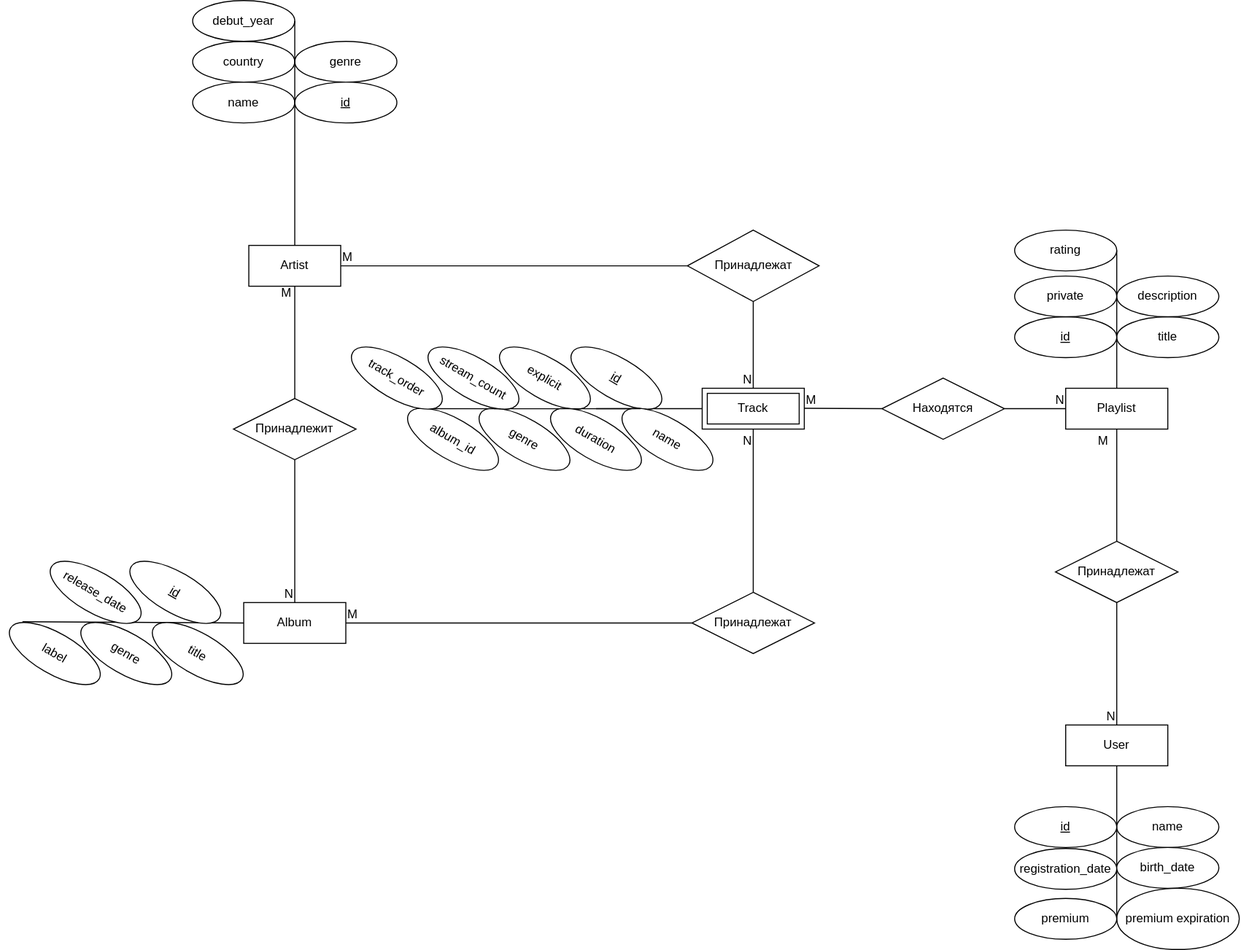
hahaclassic/bmstu-db keeps this draw.io diagram as 01_init/diagram/er-diagram.drawio.svg. Above is the earlier version. Source tidied: cells renumbered, new cells last; positions are measured from the earlier drawing's top-left corner, leaving out a move shared by most shapes.
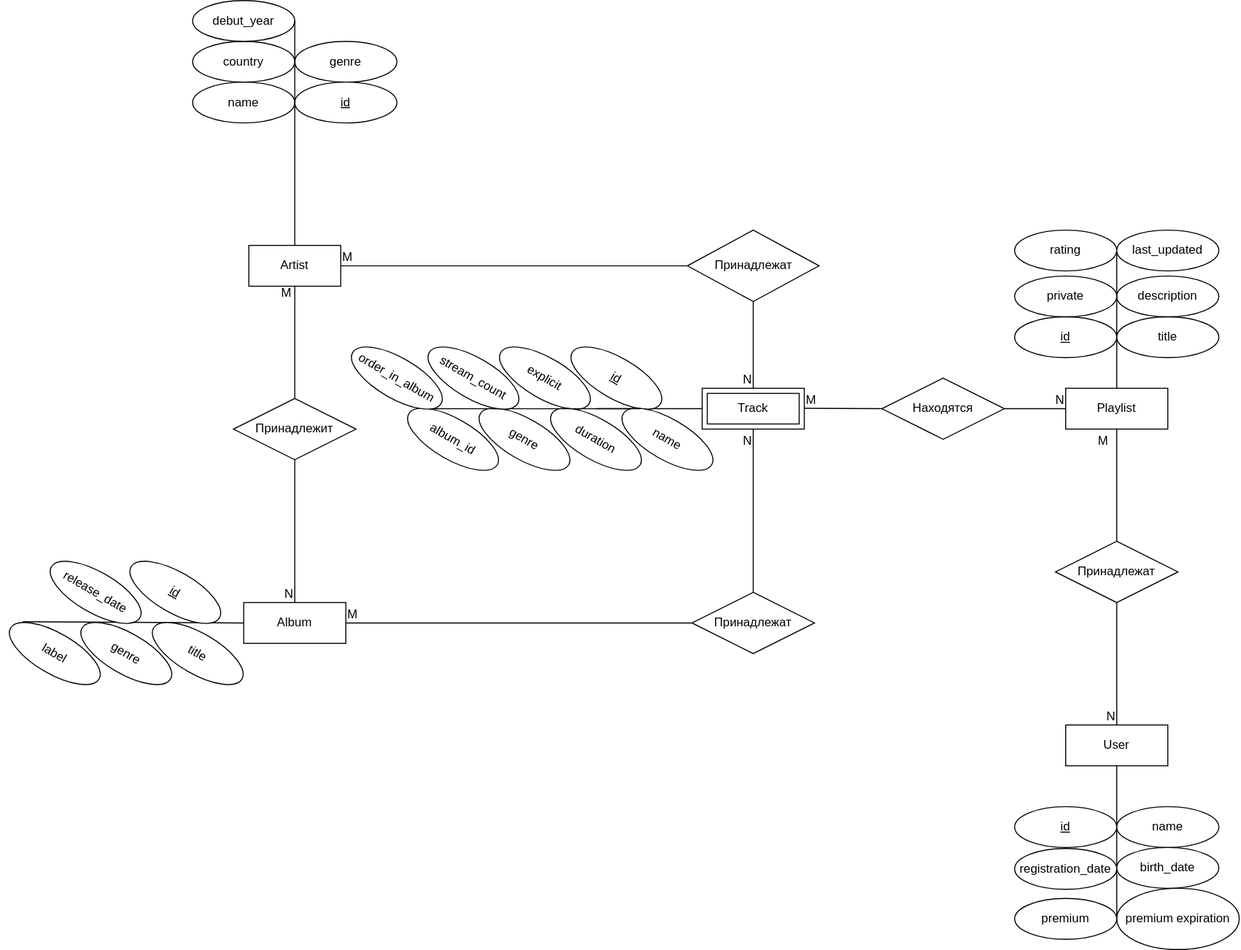
Later version of the same file.

Diff of the diagram source:
```diff
@@ -220,8 +220,11 @@
     <mxCell id="69" value="album_id" style="ellipse;whiteSpace=wrap;html=1;align=center;fontStyle=0;rotation=30;" parent="1" vertex="1">
       <mxGeometry x="390" y="410" width="100" height="40" as="geometry" />
     </mxCell>
-    <mxCell id="70" value="track_order" style="ellipse;whiteSpace=wrap;html=1;align=center;fontStyle=0;rotation=30;" parent="1" vertex="1">
+    <mxCell id="70" value="order_in_album" style="ellipse;whiteSpace=wrap;html=1;align=center;fontStyle=0;rotation=30;" parent="1" vertex="1">
       <mxGeometry x="335" y="350" width="100" height="40" as="geometry" />
     </mxCell>
+    <mxCell id="71" value="last_updated" style="ellipse;whiteSpace=wrap;html=1;align=center;" parent="1" vertex="1">
+      <mxGeometry x="1090" y="225" width="100" height="40" as="geometry" />
+    </mxCell>
   </root>
 </mxGraphModel>
```
